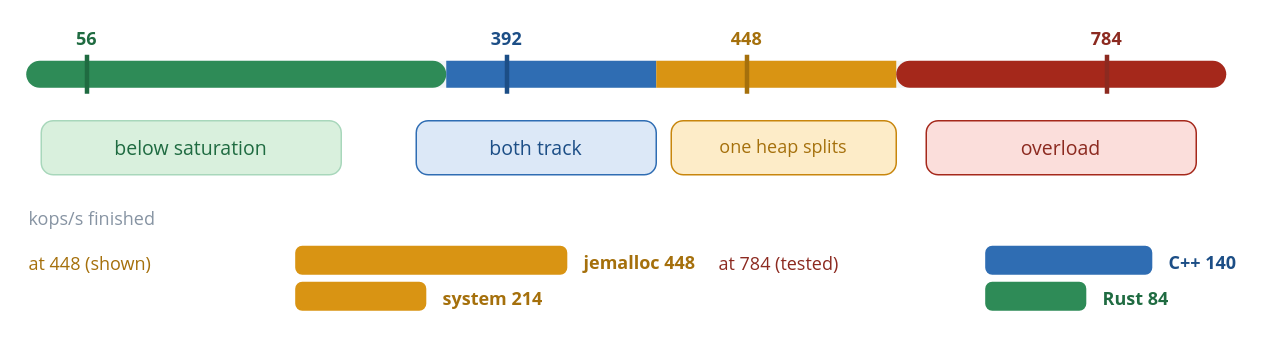
The draw.io diagram diagrams/30_load_regimes.drawio in VienThanh12/Master-Thesis, before the edit. Source tidied: cells renumbered, new cells numbered last; positions are measured from the earlier drawing's top-left corner, leaving out a move shared by most shapes. Both pictures are drawn from the tidied source at 150%, with x=0, y=0 at pixel (26, 26).
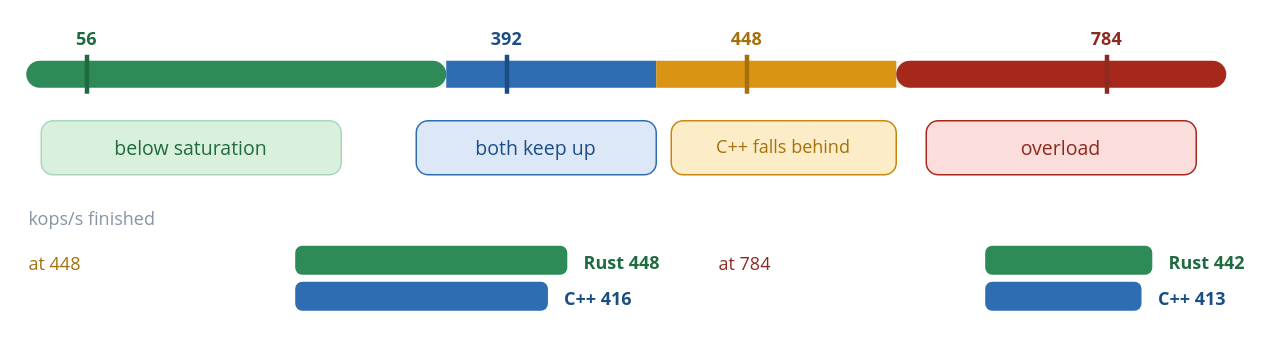
The same page after the edit.

Commit message (it also covers changes not shown here):
update load-regime diagram to use post-window probe data and revise related prose, and regenerate thesis PDF

What changed in the source:
```diff
@@
-    <mxCell id="16" value="both track" style="rounded=1;absoluteArcSize=1;arcSize=16;whiteSpace=wrap;html=1;fillColor=#dce8f7;strokeColor=#2f6db3;align=center;verticalAlign=middle;fontSize=13;fontColor=#1c4e86;fontFamily=Segoe UI;" parent="1" vertex="1">
+    <mxCell id="16" value="both keep up" style="rounded=1;absoluteArcSize=1;arcSize=16;whiteSpace=wrap;html=1;fillColor=#dce8f7;strokeColor=#2f6db3;align=center;verticalAlign=middle;fontSize=13;fontColor=#1c4e86;fontFamily=Segoe UI;" parent="1" vertex="1">
       <mxGeometry x="260" y="63" width="160" height="36" as="geometry" />
     </mxCell>
-    <mxCell id="17" value="one heap splits" style="rounded=1;absoluteArcSize=1;arcSize=16;whiteSpace=wrap;html=1;fillColor=#fdecc8;strokeColor=#c8860d;align=center;verticalAlign=middle;fontSize=12;fontColor=#a5700c;fontFamily=Segoe UI;" parent="1" vertex="1">
+    <mxCell id="17" value="C++ falls behind" style="rounded=1;absoluteArcSize=1;arcSize=16;whiteSpace=wrap;html=1;fillColor=#fdecc8;strokeColor=#c8860d;align=center;verticalAlign=middle;fontSize=12;fontColor=#a5700c;fontFamily=Segoe UI;" parent="1" vertex="1">
       <mxGeometry x="430" y="63" width="150" height="36" as="geometry" />
     </mxCell>
@@
-    <mxCell id="20" value="at 448 (shown)" style="text;html=1;strokeColor=none;fillColor=none;whiteSpace=nowrap;align=left;verticalAlign=middle;fontSize=12;fontColor=#a5700c;fontFamily=Segoe UI;" parent="1" vertex="1">
-      <mxGeometry y="149.6" width="91.6" height="18" as="geometry" />
+    <mxCell id="20" value="at 448" style="text;html=1;strokeColor=none;fillColor=none;whiteSpace=nowrap;align=left;verticalAlign=middle;fontSize=12;fontColor=#a5700c;fontFamily=Segoe UI;" parent="1" vertex="1">
+      <mxGeometry y="149.6" width="39.2" height="18" as="geometry" />
     </mxCell>
-    <mxCell id="21" style="rounded=1;whiteSpace=wrap;html=1;absoluteArcSize=1;arcSize=8;fillColor=#d99413;strokeColor=#d99413;strokeWidth=1.4;" parent="1" vertex="1">
+    <mxCell id="21" style="rounded=1;whiteSpace=wrap;html=1;absoluteArcSize=1;arcSize=8;fillColor=#2e8b57;strokeColor=#2e8b57;strokeWidth=1.4;" parent="1" vertex="1">
       <mxGeometry x="180" y="147" width="180" height="18" as="geometry" />
     </mxCell>
-    <mxCell id="22" value="jemalloc  448" style="text;html=1;strokeColor=none;fillColor=none;whiteSpace=nowrap;align=left;verticalAlign=middle;fontSize=12;fontColor=#a5700c;fontFamily=Segoe UI;fontStyle=1;" parent="1" vertex="1">
-      <mxGeometry x="370" y="148.6" width="85" height="18" as="geometry" />
+    <mxCell id="22" value="Rust  448" style="text;html=1;strokeColor=none;fillColor=none;whiteSpace=nowrap;align=left;verticalAlign=middle;fontSize=12;fontColor=#1f6b41;fontFamily=Segoe UI;fontStyle=1;" parent="1" vertex="1">
+      <mxGeometry x="370" y="148.6" width="58.9" height="18" as="geometry" />
     </mxCell>
-    <mxCell id="23" style="rounded=1;whiteSpace=wrap;html=1;absoluteArcSize=1;arcSize=8;fillColor=#d99413;strokeColor=#d99413;strokeWidth=1.4;" parent="1" vertex="1">
-      <mxGeometry x="180" y="171" width="86" height="18" as="geometry" />
+    <mxCell id="23" style="rounded=1;whiteSpace=wrap;html=1;absoluteArcSize=1;arcSize=8;fillColor=#2f6db3;strokeColor=#2f6db3;strokeWidth=1.4;" parent="1" vertex="1">
+      <mxGeometry x="180" y="171" width="167.1" height="18" as="geometry" />
     </mxCell>
-    <mxCell id="24" value="system  214" style="text;html=1;strokeColor=none;fillColor=none;whiteSpace=nowrap;align=left;verticalAlign=middle;fontSize=12;fontColor=#a5700c;fontFamily=Segoe UI;fontStyle=1;" parent="1" vertex="1">
-      <mxGeometry x="276" y="172.6" width="71.9" height="18" as="geometry" />
+    <mxCell id="24" value="C++  416" style="text;html=1;strokeColor=none;fillColor=none;whiteSpace=nowrap;align=left;verticalAlign=middle;fontSize=12;fontColor=#1c4e86;fontFamily=Segoe UI;fontStyle=1;" parent="1" vertex="1">
+      <mxGeometry x="357.1" y="172.6" width="52.3" height="18" as="geometry" />
     </mxCell>
-    <mxCell id="25" value="at 784 (tested)" style="text;html=1;strokeColor=none;fillColor=none;whiteSpace=nowrap;align=left;verticalAlign=middle;fontSize=12;fontColor=#8c2a20;fontFamily=Segoe UI;" parent="1" vertex="1">
-      <mxGeometry x="460" y="149.6" width="98.1" height="18" as="geometry" />
+    <mxCell id="25" value="at 784" style="text;html=1;strokeColor=none;fillColor=none;whiteSpace=nowrap;align=left;verticalAlign=middle;fontSize=12;fontColor=#8c2a20;fontFamily=Segoe UI;" parent="1" vertex="1">
+      <mxGeometry x="460" y="149.6" width="39.2" height="18" as="geometry" />
     </mxCell>
-    <mxCell id="26" style="rounded=1;whiteSpace=wrap;html=1;absoluteArcSize=1;arcSize=8;fillColor=#2f6db3;strokeColor=#2f6db3;strokeWidth=1.4;" parent="1" vertex="1">
+    <mxCell id="26" style="rounded=1;whiteSpace=wrap;html=1;absoluteArcSize=1;arcSize=8;fillColor=#2e8b57;strokeColor=#2e8b57;strokeWidth=1.4;" parent="1" vertex="1">
       <mxGeometry x="640" y="147" width="110" height="18" as="geometry" />
     </mxCell>
-    <mxCell id="27" value="C++  140" style="text;html=1;strokeColor=none;fillColor=none;whiteSpace=nowrap;align=left;verticalAlign=middle;fontSize=12;fontColor=#1c4e86;fontFamily=Segoe UI;fontStyle=1;" parent="1" vertex="1">
-      <mxGeometry x="760" y="148.6" width="52.3" height="18" as="geometry" />
+    <mxCell id="27" value="Rust  442" style="text;html=1;strokeColor=none;fillColor=none;whiteSpace=nowrap;align=left;verticalAlign=middle;fontSize=12;fontColor=#1f6b41;fontFamily=Segoe UI;fontStyle=1;" parent="1" vertex="1">
+      <mxGeometry x="760" y="148.6" width="58.9" height="18" as="geometry" />
     </mxCell>
-    <mxCell id="28" style="rounded=1;whiteSpace=wrap;html=1;absoluteArcSize=1;arcSize=8;fillColor=#2e8b57;strokeColor=#2e8b57;strokeWidth=1.4;" parent="1" vertex="1">
-      <mxGeometry x="640" y="171" width="66" height="18" as="geometry" />
+    <mxCell id="28" style="rounded=1;whiteSpace=wrap;html=1;absoluteArcSize=1;arcSize=8;fillColor=#2f6db3;strokeColor=#2f6db3;strokeWidth=1.4;" parent="1" vertex="1">
+      <mxGeometry x="640" y="171" width="102.8" height="18" as="geometry" />
     </mxCell>
-    <mxCell id="29" value="Rust  84" style="text;html=1;strokeColor=none;fillColor=none;whiteSpace=nowrap;align=left;verticalAlign=middle;fontSize=12;fontColor=#1f6b41;fontFamily=Segoe UI;fontStyle=1;" parent="1" vertex="1">
-      <mxGeometry x="716" y="172.6" width="52.3" height="18" as="geometry" />
+    <mxCell id="29" value="C++  413" style="text;html=1;strokeColor=none;fillColor=none;whiteSpace=nowrap;align=left;verticalAlign=middle;fontSize=12;fontColor=#1c4e86;fontFamily=Segoe UI;fontStyle=1;" parent="1" vertex="1">
+      <mxGeometry x="752.8" y="172.6" width="52.3" height="18" as="geometry" />
     </mxCell>
```
